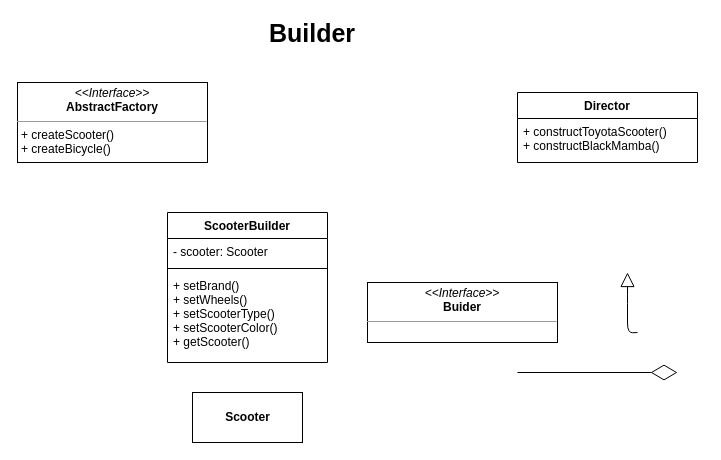
This is page "Builder" (2 of 5) of patterns/creational.drawio from antariuz/uml, a draw.io file, before an edit. Source tidied: cells renumbered, new cells numbered last; positions are measured from the earlier drawing's top-left corner, leaving out a move shared by most shapes. Both pictures are drawn from the tidied source at 100%, with x=0, y=0 at pixel (17, 22).
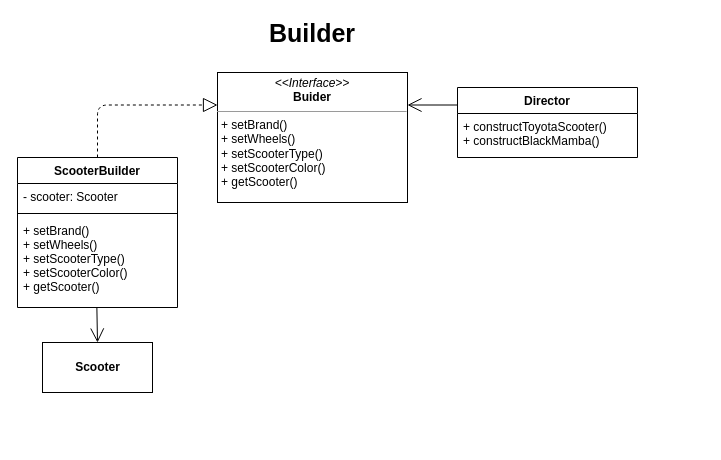
Above is the later version.

Change to the diagram source:
```diff
@@
 <mxGraphModel>
   <root>
     <mxCell id="0" />
     <mxCell id="1" parent="0" />
     <mxCell id="2" value="&lt;b&gt;Scooter&lt;/b&gt;" style="html=1;" parent="1" vertex="1">
-      <mxGeometry x="175" y="370" width="110" height="50" as="geometry" />
+      <mxGeometry x="25" y="320" width="110" height="50" as="geometry" />
     </mxCell>
     <mxCell id="3" value="&lt;span style=&quot;font-size: 25px&quot;&gt;&lt;b&gt;Builder&lt;/b&gt;&lt;/span&gt;" style="text;html=1;strokeColor=none;fillColor=none;align=center;verticalAlign=middle;whiteSpace=wrap;rounded=0;" parent="1" vertex="1">
       <mxGeometry x="190" width="210" height="20" as="geometry" />
     </mxCell>
-    <mxCell id="4" value="&lt;p style=&quot;margin: 0px ; margin-top: 4px ; text-align: center&quot;&gt;&lt;i&gt;&amp;lt;&amp;lt;Interface&amp;gt;&amp;gt;&lt;/i&gt;&lt;br&gt;&lt;span style=&quot;text-align: left&quot;&gt;&lt;b&gt;AbstractFactory&lt;/b&gt;&lt;/span&gt;&lt;br&gt;&lt;/p&gt;&lt;hr size=&quot;1&quot;&gt;&lt;p style=&quot;margin: 0px ; margin-left: 4px&quot;&gt;+ createScooter()&lt;br&gt;&lt;/p&gt;&lt;p style=&quot;margin: 0px ; margin-left: 4px&quot;&gt;+ createBicycle()&lt;br&gt;&lt;/p&gt;" style="verticalAlign=top;align=left;overflow=fill;fontSize=12;fontFamily=Helvetica;html=1;" parent="1" vertex="1">
-      <mxGeometry y="60" width="190" height="80" as="geometry" />
-    </mxCell>
     <mxCell id="5" value="Director" style="swimlane;fontStyle=1;align=center;verticalAlign=top;horizontal=1;startSize=26;" parent="1" vertex="1">
-      <mxGeometry x="500" y="70" width="180" height="70" as="geometry" />
+      <mxGeometry x="440" y="65" width="180" height="70" as="geometry" />
     </mxCell>
     <mxCell id="6" value="+ constructToyotaScooter()&#10;+ constructBlackMamba()" style="text;strokeColor=none;fillColor=none;align=left;verticalAlign=top;spacingLeft=4;spacingRight=4;overflow=hidden;" parent="5" vertex="1">
       <mxGeometry y="26" width="180" height="44" as="geometry" />
     </mxCell>
-    <mxCell id="7" style="endArrow=diamondThin;endFill=0;endSize=24;html=1;" parent="1" edge="1">
-      <mxGeometry relative="1" as="geometry">
-        <mxPoint x="500" y="350" as="sourcePoint" />
-        <mxPoint x="660" y="350" as="targetPoint" />
-      </mxGeometry>
-    </mxCell>
-    <mxCell id="8" value="&lt;p style=&quot;margin: 0px ; margin-top: 4px ; text-align: center&quot;&gt;&lt;i&gt;&amp;lt;&amp;lt;Interface&amp;gt;&amp;gt;&lt;/i&gt;&lt;br&gt;&lt;span style=&quot;text-align: left&quot;&gt;&lt;b&gt;Buider&lt;/b&gt;&lt;/span&gt;&lt;br&gt;&lt;/p&gt;&lt;hr size=&quot;1&quot;&gt;&lt;p style=&quot;margin: 0px ; margin-left: 4px&quot;&gt;&lt;br&gt;&lt;/p&gt;" style="verticalAlign=top;align=left;overflow=fill;fontSize=12;fontFamily=Helvetica;html=1;" parent="1" vertex="1">
-      <mxGeometry x="350" y="260" width="190" height="60" as="geometry" />
+    <mxCell id="8" value="&lt;p style=&quot;margin: 0px ; margin-top: 4px ; text-align: center&quot;&gt;&lt;i&gt;&amp;lt;&amp;lt;Interface&amp;gt;&amp;gt;&lt;/i&gt;&lt;br&gt;&lt;span style=&quot;text-align: left&quot;&gt;&lt;b&gt;Buider&lt;/b&gt;&lt;/span&gt;&lt;br&gt;&lt;/p&gt;&lt;hr size=&quot;1&quot;&gt;&lt;p style=&quot;margin: 0px ; margin-left: 4px&quot;&gt;+ setBrand()&lt;br style=&quot;padding: 0px ; margin: 0px&quot;&gt;+ setWheels()&lt;br style=&quot;padding: 0px ; margin: 0px&quot;&gt;+ setScooterType()&lt;br style=&quot;padding: 0px ; margin: 0px&quot;&gt;+ setScooterColor()&lt;br style=&quot;padding: 0px ; margin: 0px&quot;&gt;+ getScooter()&lt;br&gt;&lt;/p&gt;" style="verticalAlign=top;align=left;overflow=fill;fontSize=12;fontFamily=Helvetica;html=1;" parent="1" vertex="1">
+      <mxGeometry x="200" y="50" width="190" height="130" as="geometry" />
     </mxCell>
-    <mxCell id="9" style="endArrow=block;dashed=0;endFill=0;endSize=12;html=1;entryX=0.5;entryY=1;entryDx=0;entryDy=0;edgeStyle=orthogonalEdgeStyle;" parent="1" edge="1">
-      <mxGeometry relative="1" as="geometry">
-        <mxPoint x="620" y="310" as="sourcePoint" />
-        <mxPoint x="610" y="250" as="targetPoint" />
-      </mxGeometry>
-    </mxCell>
     <mxCell id="10" value="ScooterBuilder" style="swimlane;fontStyle=1;align=center;verticalAlign=top;horizontal=1;startSize=26;" parent="1" vertex="1">
-      <mxGeometry x="150" y="190" width="160" height="150" as="geometry" />
+      <mxGeometry y="135" width="160" height="150" as="geometry" />
     </mxCell>
     <mxCell id="11" value="- scooter: Scooter" style="text;strokeColor=none;fillColor=none;align=left;verticalAlign=top;spacingLeft=4;spacingRight=4;overflow=hidden;" parent="10" vertex="1">
       <mxGeometry y="26" width="160" height="26" as="geometry" />
     </mxCell>
     <mxCell id="12" style="line;strokeWidth=1;fillColor=none;align=left;verticalAlign=middle;spacingTop=-1;spacingLeft=3;spacingRight=3;labelPosition=right;" parent="10" vertex="1">
       <mxGeometry y="52" width="160" height="8" as="geometry" />
     </mxCell>
     <mxCell id="13" value="+ setBrand()&#10;+ setWheels()&#10;+ setScooterType()&#10;+ setScooterColor()&#10;+ getScooter()" style="text;strokeColor=none;fillColor=none;align=left;verticalAlign=top;spacingLeft=4;spacingRight=4;overflow=hidden;points=[[0,0.5],[1,0.5]];portConstraint=eastwest;" parent="10" vertex="1">
       <mxGeometry y="60" width="160" height="90" as="geometry" />
     </mxCell>
+    <mxCell id="14" style="endArrow=open;endFill=1;endSize=12;html=1;entryX=0.5;entryY=0;entryDx=0;entryDy=0;exitX=0.496;exitY=0.996;exitDx=0;exitDy=0;exitPerimeter=0;" parent="1" edge="1" source="13" target="2">
+      <mxGeometry relative="1" as="geometry" />
+    </mxCell>
+    <mxCell id="15" style="endArrow=block;dashed=1;endFill=0;endSize=12;html=1;entryX=0;entryY=0.25;entryDx=0;entryDy=0;exitX=0.5;exitY=0;exitDx=0;exitDy=0;edgeStyle=orthogonalEdgeStyle;" parent="1" edge="1" source="10" target="8">
+      <mxGeometry relative="1" as="geometry" />
+    </mxCell>
+    <mxCell id="16" style="endArrow=open;endFill=1;endSize=12;html=1;entryX=1;entryY=0.25;entryDx=0;entryDy=0;exitX=0;exitY=0.25;exitDx=0;exitDy=0;" parent="1" edge="1" source="5" target="8">
+      <mxGeometry relative="1" as="geometry" />
+    </mxCell>
   </root>
 </mxGraphModel>
```
